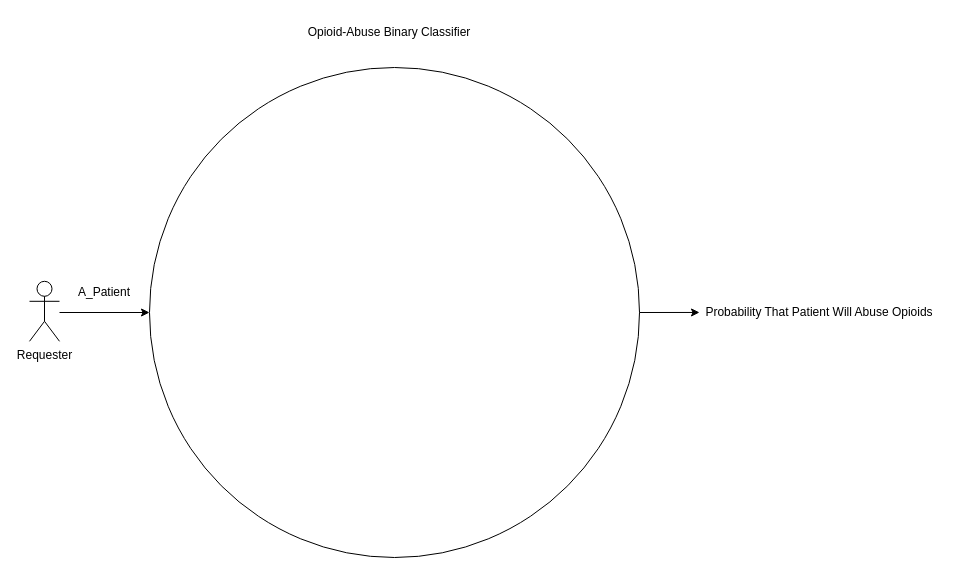
Before: System_Analysis/System_Diagram.drawio in tslever/Opioid_Abuse_Predictor, a draw.io diagram. Source tidied: cells renumbered, new cells numbered last; positions are measured from the earlier drawing's top-left corner, leaving out a move shared by most shapes. Both pictures are drawn from the tidied source at 100%, with x=0, y=0 at pixel (29, 17).
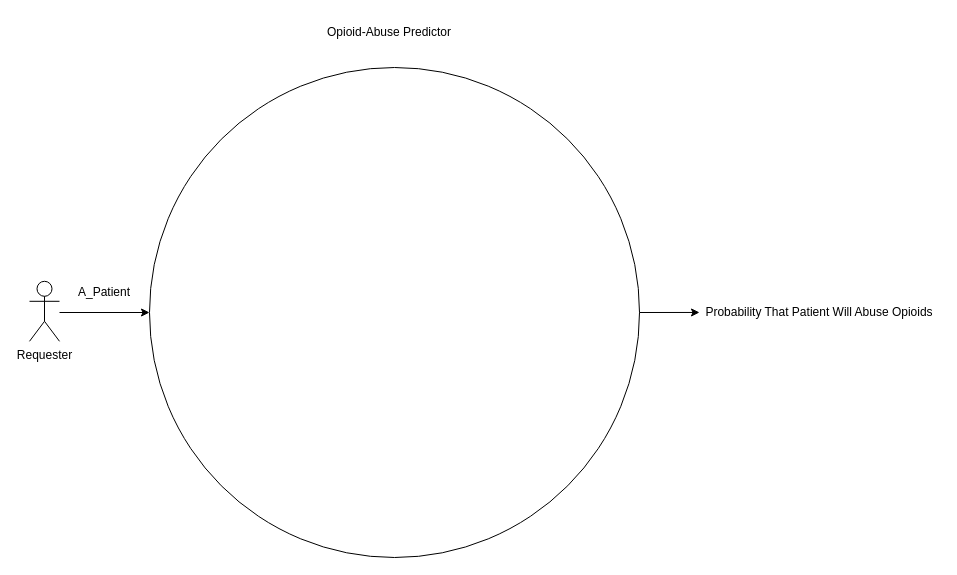
The same diagram, later.

Commit message (it also covers changes not shown here):
Returned from Binary Classifier to Predictor

Change to the diagram source:
```diff
@@
 <mxGraphModel>
   <root>
     <mxCell id="0" />
     <mxCell id="1" parent="0" />
     <mxCell id="2" style="ellipse;whiteSpace=wrap;html=1;" parent="1" vertex="1">
       <mxGeometry x="120" y="50" width="490" height="490" as="geometry" />
     </mxCell>
     <mxCell id="3" style="endArrow=classic;html=1;rounded=0;entryX=0;entryY=0.5;entryDx=0;entryDy=0;" parent="1" edge="1" target="2">
       <mxGeometry relative="1" as="geometry">
         <mxPoint x="30" y="295" as="sourcePoint" />
       </mxGeometry>
     </mxCell>
-    <mxCell id="4" value="Opioid-Abuse Binary Classifier" style="text;html=1;strokeColor=none;fillColor=none;align=center;verticalAlign=middle;whiteSpace=wrap;rounded=0;" parent="1" vertex="1">
+    <mxCell id="4" value="Opioid-Abuse Predictor" style="text;html=1;strokeColor=none;fillColor=none;align=center;verticalAlign=middle;whiteSpace=wrap;rounded=0;" parent="1" vertex="1">
       <mxGeometry x="250" width="220" height="30" as="geometry" />
     </mxCell>
     <mxCell id="5" value="A_Patient" style="text;html=1;strokeColor=none;fillColor=none;align=center;verticalAlign=middle;whiteSpace=wrap;rounded=0;" parent="1" vertex="1">
       <mxGeometry x="40" y="265" width="70" height="20" as="geometry" />
     </mxCell>
     <mxCell id="6" value="Probability That Patient Will Abuse Opioids" style="text;html=1;strokeColor=none;fillColor=none;align=center;verticalAlign=middle;whiteSpace=wrap;rounded=0;" parent="1" vertex="1">
       <mxGeometry x="670" y="281.2" width="240" height="27.5" as="geometry" />
     </mxCell>
     <mxCell id="7" value="Requester" style="shape=umlActor;verticalLabelPosition=bottom;verticalAlign=top;html=1;" parent="1" vertex="1">
       <mxGeometry y="263.8" width="30" height="60" as="geometry" />
     </mxCell>
     <mxCell id="8" style="endArrow=classic;html=1;rounded=0;exitX=1;exitY=0.5;exitDx=0;exitDy=0;entryX=0;entryY=0.5;entryDx=0;entryDy=0;" parent="1" edge="1" source="2" target="6">
       <mxGeometry relative="1" as="geometry" />
     </mxCell>
   </root>
 </mxGraphModel>
```
